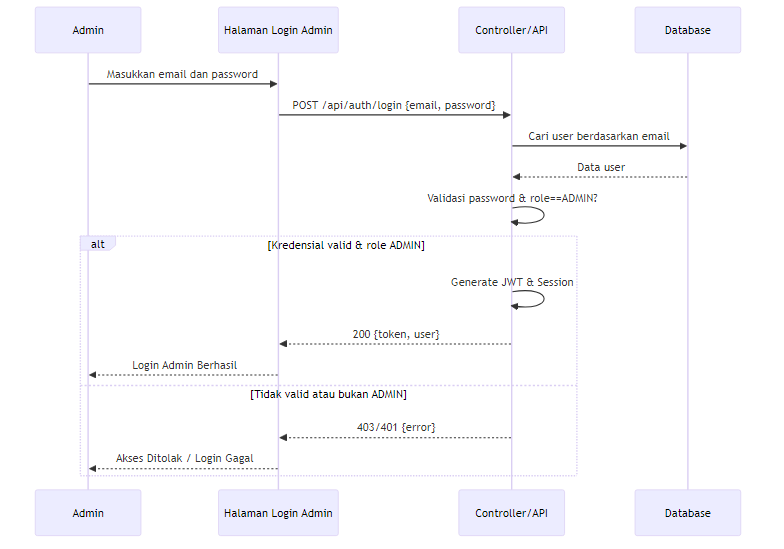
Earlier version of the Mermaid export public/diagrams/seq_login_admin.png (QilAqil/PPTB_BQ). Its source is kept beside it as diagrams/seq_login_admin.mmd.
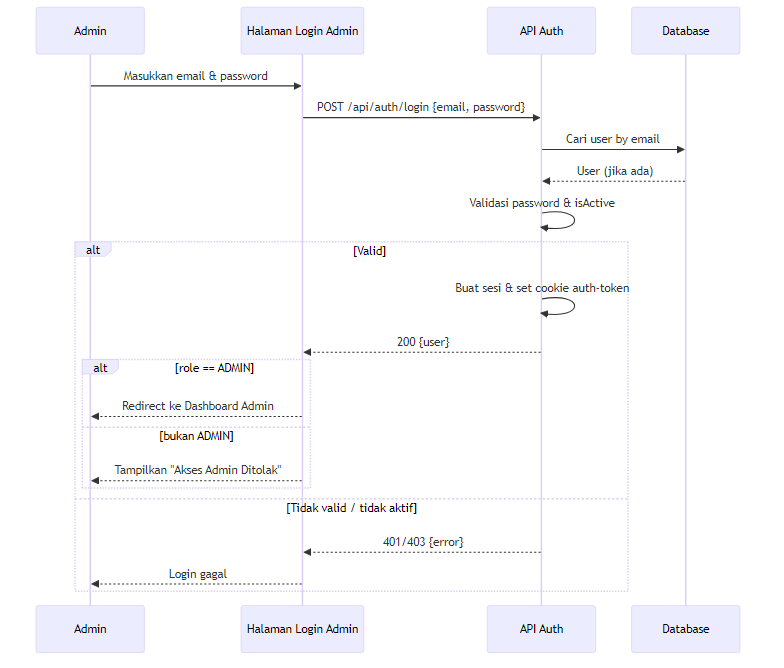
The same file after the commit.

Diff of the diagram source:
```diff
@@ -1,19 +1,23 @@
 sequenceDiagram
   participant A as Admin
   participant UI as Halaman Login Admin
-  participant API as Controller/API
+  participant API as API Auth
   participant DB as Database
 
-  A->>UI: Masukkan email dan password
+  A->>UI: Masukkan email & password
   UI->>API: POST /api/auth/login {email, password}
-  API->>DB: Cari user berdasarkan email
-  DB-->>API: Data user
-  API->>API: Validasi password & role==ADMIN?
-  alt Kredensial valid & role ADMIN
-    API->>API: Generate JWT & Session
-    API-->>UI: 200 {token, user}
-    UI-->>A: Login Admin Berhasil
-  else Tidak valid atau bukan ADMIN
-    API-->>UI: 403/401 {error}
-    UI-->>A: Akses Ditolak / Login Gagal
+  API->>DB: Cari user by email
+  DB-->>API: User (jika ada)
+  API->>API: Validasi password & isActive
+  alt Valid
+    API->>API: Buat sesi & set cookie auth-token
+    API-->>UI: 200 {user}
+    alt role == ADMIN
+      UI-->>A: Redirect ke Dashboard Admin
+    else bukan ADMIN
+      UI-->>A: Tampilkan "Akses Admin Ditolak"
+    end
+  else Tidak valid / tidak aktif
+    API-->>UI: 401/403 {error}
+    UI-->>A: Login gagal
   end
```
